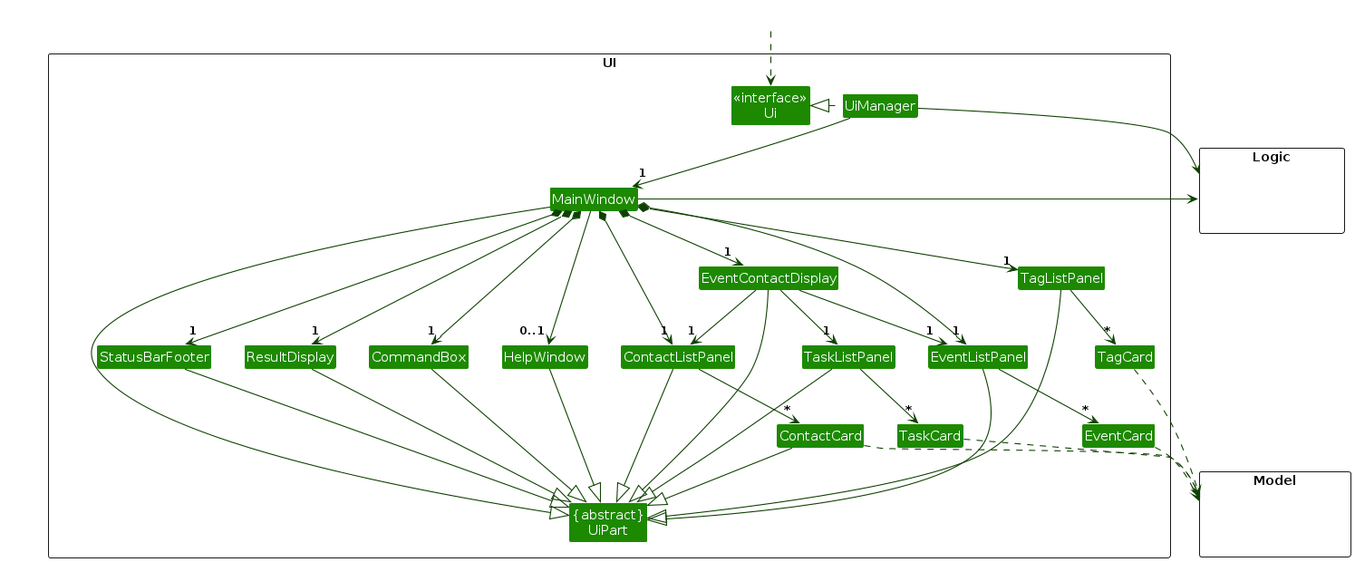
Above: diagrams/UiClassDiagram.png in AY2324S1-CS2103T-T09-1/tp (PlantUML), before the change. Its source is kept beside it as diagrams/UiClassDiagram.puml.
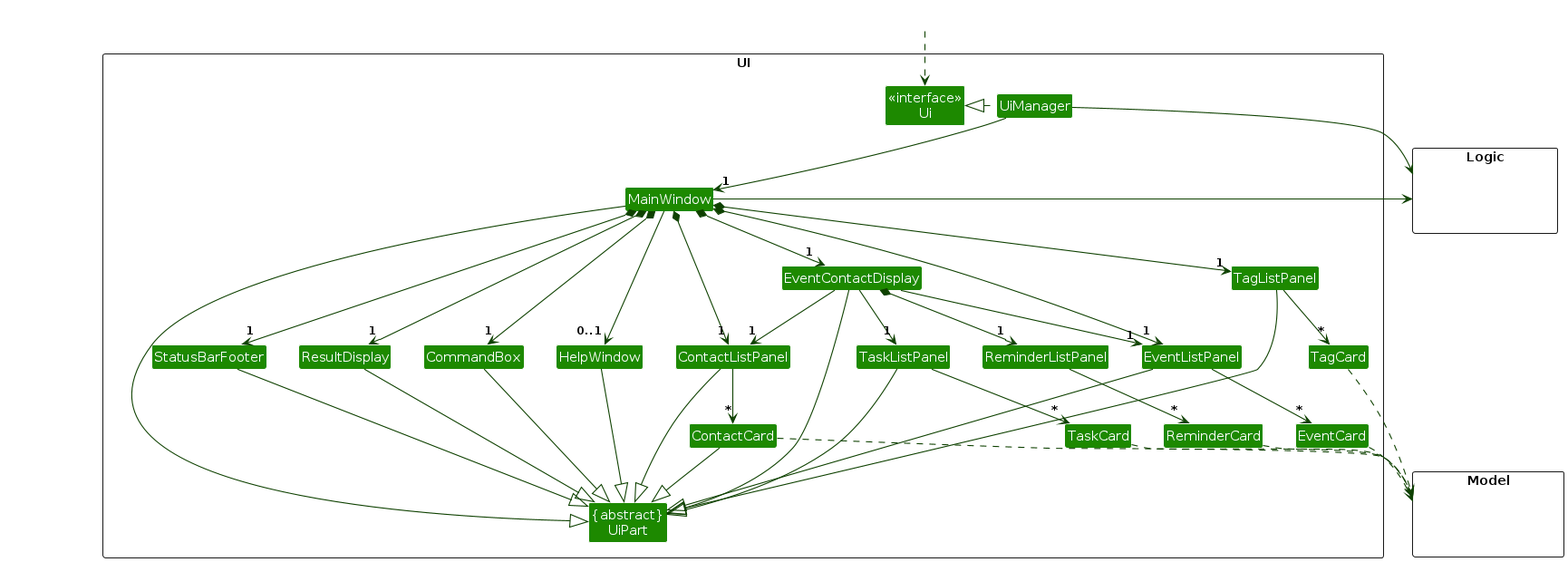
The same file after the commit.

What changed in the source:
```diff
@@ -22,6 +22,8 @@
 Class TaskCard
 Class StatusBarFooter
 Class CommandBox
+Class ReminderListPanel
+Class ReminderCard
 }
 
 package Model <<Rectangle>> {
@@ -49,11 +51,13 @@
 EventContactDisplay -down-> "1" ContactListPanel
 EventContactDisplay -down-> "1" EventListPanel
 EventContactDisplay -down-> "1" TaskListPanel
+EventContactDisplay *-down-> "1" ReminderListPanel
 
 ContactListPanel -down-> "*" ContactCard
 TagListPanel -down-> "*" TagCard
 EventListPanel -down-> "*" EventCard
 TaskListPanel -down-> "*" TaskCard
+ReminderListPanel -down-> "*" ReminderCard
 
 MainWindow -left-|> UiPart
 
@@ -72,6 +76,7 @@
 TagCard ..> Model
 EventCard ..> Model
 TaskCard ..> Model
+ReminderCard ..> Model
 UiManager -right-> Logic
 MainWindow -left-> Logic
 
```
